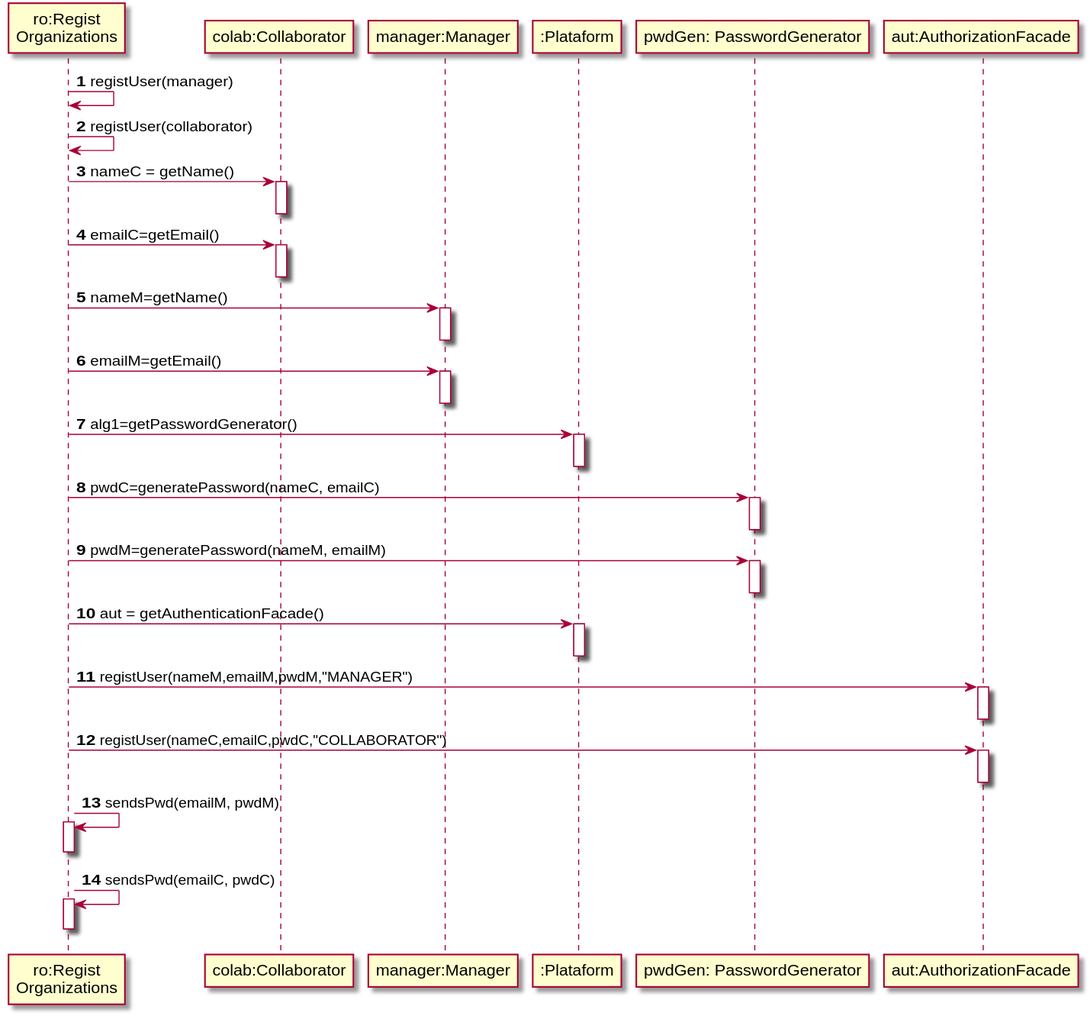
Before: docs/UC1 - Register Organization/UC1_SD_RegistUser.svg, a diagram exported from PlantUML (1190452/LAPR2). Its diagram source:
```plantuml
@startuml
autonumber


participant "ro:Regist\nOrganizations" as ORGS
participant "colab:Collaborator" as COLAB
participant "manager:Manager" as MNGR
participant ":Plataform" as PLAT
participant "pwdGen: PasswordGenerator" as PWD
participant "aut:AuthorizationFacade" as AUT


ORGS -> ORGS : registUser(manager)
ORGS -> ORGS : registUser(collaborator)


ORGS -> COLAB : nameC = getName()
activate COLAB
deactivate COLAB

ORGS -> COLAB : emailC=getEmail()
activate COLAB
deactivate COLAB

ORGS -> MNGR : nameM=getName()
activate MNGR
deactivate MNGR

ORGS -> MNGR : emailM=getEmail()
activate MNGR
deactivate MNGR

ORGS -> PLAT : alg1=getPasswordGenerator()
activate PLAT
deactivate PLAT

ORGS -> PWD : pwdC=generatePassword(nameC, emailC)
activate PWD
deactivate PWD

ORGS -> PWD : pwdM=generatePassword(nameM, emailM)
activate PWD
deactivate PWD

ORGS -> PLAT : aut = getAuthenticationFacade()
activate PLAT
deactivate PLAT

ORGS -> AUT : registUser(nameM,emailM,pwdM,"MANAGER")
activate AUT
deactivate AUT

ORGS -> AUT : registUser(nameC,emailC,pwdC,"COLLABORATOR")
activate AUT
deactivate AUT


ORGS -> ORGS: sendsPwd(emailM, pwdM)
activate ORGS
deactivate ORGS

ORGS -> ORGS: sendsPwd(emailC, pwdC)
activate ORGS
deactivate ORGS
@enduml
```
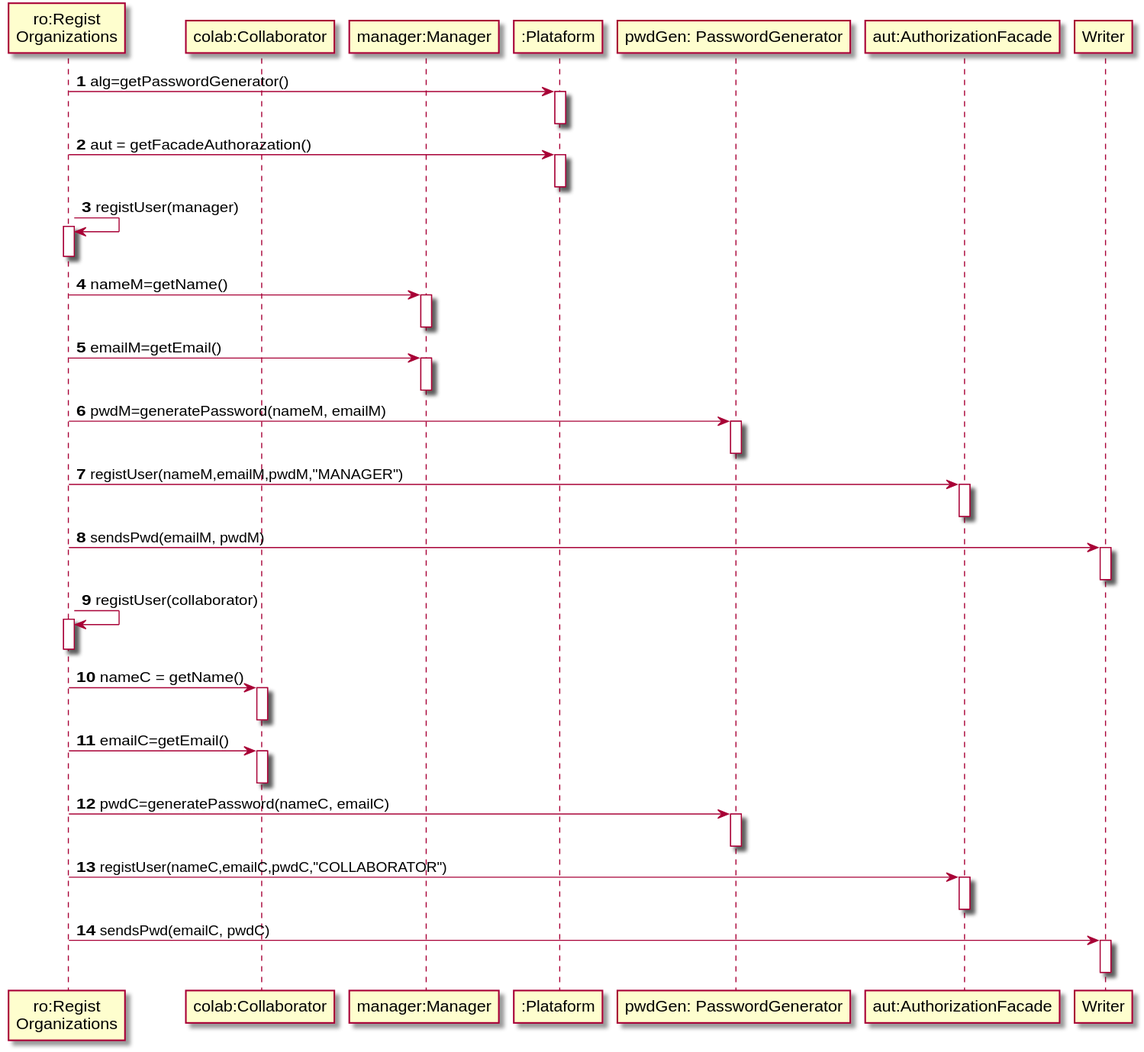
Later version of the same file.

What changed in the source:
```diff
@@ -8,11 +8,50 @@
 participant ":Plataform" as PLAT
 participant "pwdGen: PasswordGenerator" as PWD
 participant "aut:AuthorizationFacade" as AUT
+participant "Writer" as WRT
 
 
+
+ORGS -> PLAT : alg=getPasswordGenerator()
+activate PLAT
+deactivate PLAT
+
+ORGS -> PLAT : aut = getFacadeAuthorazation()
+activate PLAT
+deactivate PLAT
+
 ORGS -> ORGS : registUser(manager)
+activate ORGS
+deactivate ORGS
+
+ORGS -> MNGR : nameM=getName()
+activate MNGR
+deactivate MNGR
+
+ORGS -> MNGR : emailM=getEmail()
+activate MNGR
+deactivate MNGR
+
+
+
+ORGS -> PWD : pwdM=generatePassword(nameM, emailM)
+activate PWD
+deactivate PWD
+
+
+
+ORGS -> AUT : registUser(nameM,emailM,pwdM,"MANAGER")
+activate AUT
+deactivate AUT
+
+ORGS -> WRT: sendsPwd(emailM, pwdM)
+activate WRT
+deactivate WRT
+
+
 ORGS -> ORGS : registUser(collaborator)
-
+activate ORGS
+deactivate ORGS
 
 ORGS -> COLAB : nameC = getName()
 activate COLAB
@@ -22,44 +61,17 @@
 activate COLAB
 deactivate COLAB
 
-ORGS -> MNGR : nameM=getName()
-activate MNGR
-deactivate MNGR
-
-ORGS -> MNGR : emailM=getEmail()
-activate MNGR
-deactivate MNGR
-
-ORGS -> PLAT : alg1=getPasswordGenerator()
-activate PLAT
-deactivate PLAT
-
 ORGS -> PWD : pwdC=generatePassword(nameC, emailC)
 activate PWD
 deactivate PWD
 
-ORGS -> PWD : pwdM=generatePassword(nameM, emailM)
-activate PWD
-deactivate PWD
-
-ORGS -> PLAT : aut = getAuthenticationFacade()
-activate PLAT
-deactivate PLAT
-
-ORGS -> AUT : registUser(nameM,emailM,pwdM,"MANAGER")
-activate AUT
-deactivate AUT
 
 ORGS -> AUT : registUser(nameC,emailC,pwdC,"COLLABORATOR")
 activate AUT
 deactivate AUT
 
 
-ORGS -> ORGS: sendsPwd(emailM, pwdM)
-activate ORGS
-deactivate ORGS
-
-ORGS -> ORGS: sendsPwd(emailC, pwdC)
-activate ORGS
-deactivate ORGS
+ORGS -> WRT: sendsPwd(emailC, pwdC)
+activate WRT
+deactivate WRT
 @enduml
```
